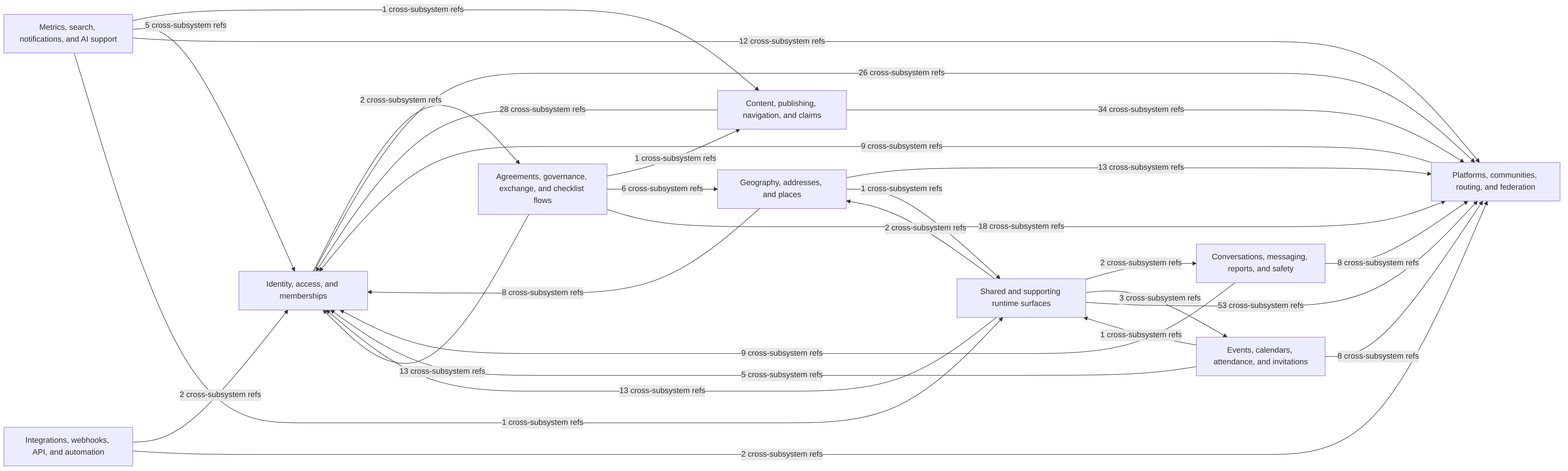
The Mermaid diagram docs/diagrams/exports/png/ce_subsystem_interaction_map.png in better-together-org/community-engine-rails, before a commit. Its source is kept beside it as docs/diagrams/source/ce_subsystem_interaction_map.mmd. The source it was exported from:
```mermaid
flowchart LR
  identity_access["Identity, access, and memberships"]
  platform_network["Platforms, communities, routing, and federation"]
  content_publishing["Content, publishing, navigation, and claims"]
  geography_and_places["Geography, addresses, and places"]
  events_calendar["Events, calendars, attendance, and invitations"]
  conversations_safety["Conversations, messaging, reports, and safety"]
  exchange_governance["Agreements, governance, exchange, and checklist flows"]
  metrics_search_ai["Metrics, search, notifications, and AI support"]
  integrations_webhooks["Integrations, webhooks, API, and automation"]
  shared_supporting["Shared and supporting runtime surfaces"]

  content_publishing -->|28 cross-subsystem refs| identity_access
  content_publishing -->|34 cross-subsystem refs| platform_network
  conversations_safety -->|9 cross-subsystem refs| identity_access
  conversations_safety -->|8 cross-subsystem refs| platform_network
  events_calendar -->|5 cross-subsystem refs| identity_access
  events_calendar -->|8 cross-subsystem refs| platform_network
  events_calendar -->|1 cross-subsystem refs| shared_supporting
  exchange_governance -->|1 cross-subsystem refs| content_publishing
  exchange_governance -->|6 cross-subsystem refs| geography_and_places
  exchange_governance -->|13 cross-subsystem refs| identity_access
  exchange_governance -->|18 cross-subsystem refs| platform_network
  geography_and_places -->|8 cross-subsystem refs| identity_access
  geography_and_places -->|13 cross-subsystem refs| platform_network
  geography_and_places -->|1 cross-subsystem refs| shared_supporting
  identity_access -->|2 cross-subsystem refs| exchange_governance
  identity_access -->|26 cross-subsystem refs| platform_network
  integrations_webhooks -->|2 cross-subsystem refs| identity_access
  integrations_webhooks -->|2 cross-subsystem refs| platform_network
  metrics_search_ai -->|1 cross-subsystem refs| content_publishing
  metrics_search_ai -->|5 cross-subsystem refs| identity_access
  metrics_search_ai -->|12 cross-subsystem refs| platform_network
  metrics_search_ai -->|1 cross-subsystem refs| shared_supporting
  platform_network -->|9 cross-subsystem refs| identity_access
  shared_supporting -->|2 cross-subsystem refs| conversations_safety
  shared_supporting -->|3 cross-subsystem refs| events_calendar
  shared_supporting -->|2 cross-subsystem refs| geography_and_places
  shared_supporting -->|13 cross-subsystem refs| identity_access
  shared_supporting -->|53 cross-subsystem refs| platform_network
```
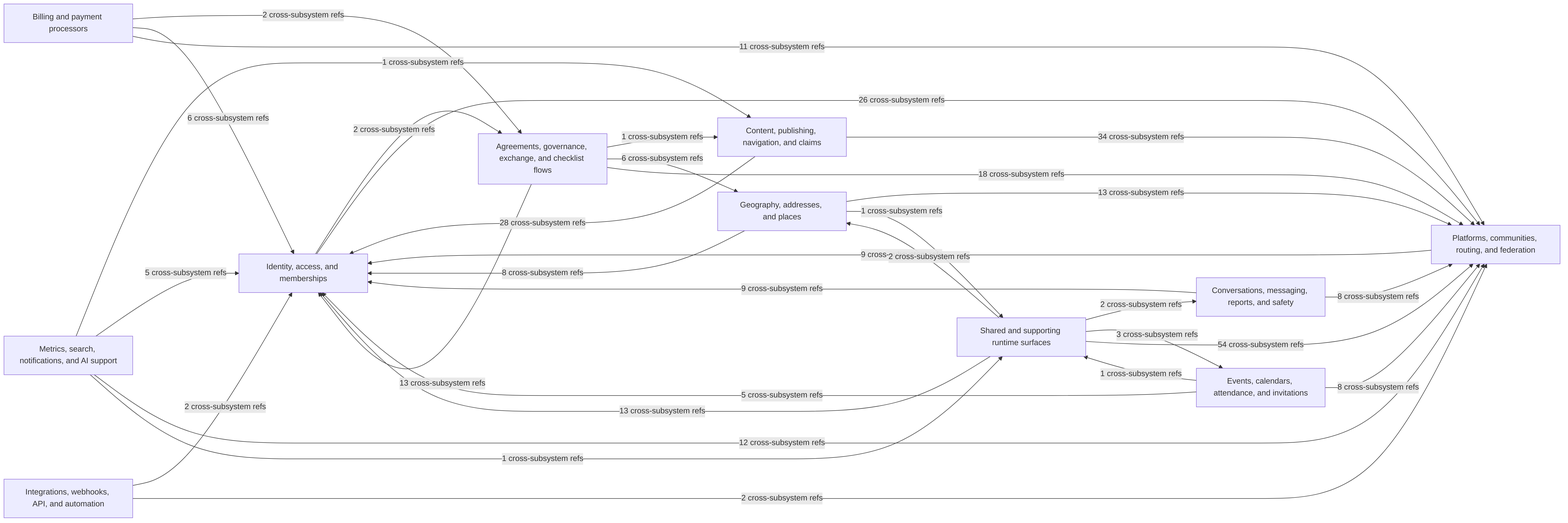
Later version of the same file.

What changed in the source:
```diff
@@ -8,8 +8,12 @@
   exchange_governance["Agreements, governance, exchange, and checklist flows"]
   metrics_search_ai["Metrics, search, notifications, and AI support"]
   integrations_webhooks["Integrations, webhooks, API, and automation"]
+  billing["Billing and payment processors"]
   shared_supporting["Shared and supporting runtime surfaces"]
 
+  billing -->|2 cross-subsystem refs| exchange_governance
+  billing -->|6 cross-subsystem refs| identity_access
+  billing -->|11 cross-subsystem refs| platform_network
   content_publishing -->|28 cross-subsystem refs| identity_access
   content_publishing -->|34 cross-subsystem refs| platform_network
   conversations_safety -->|9 cross-subsystem refs| identity_access
@@ -37,4 +41,4 @@
   shared_supporting -->|3 cross-subsystem refs| events_calendar
   shared_supporting -->|2 cross-subsystem refs| geography_and_places
   shared_supporting -->|13 cross-subsystem refs| identity_access
-  shared_supporting -->|53 cross-subsystem refs| platform_network
+  shared_supporting -->|54 cross-subsystem refs| platform_network
```
